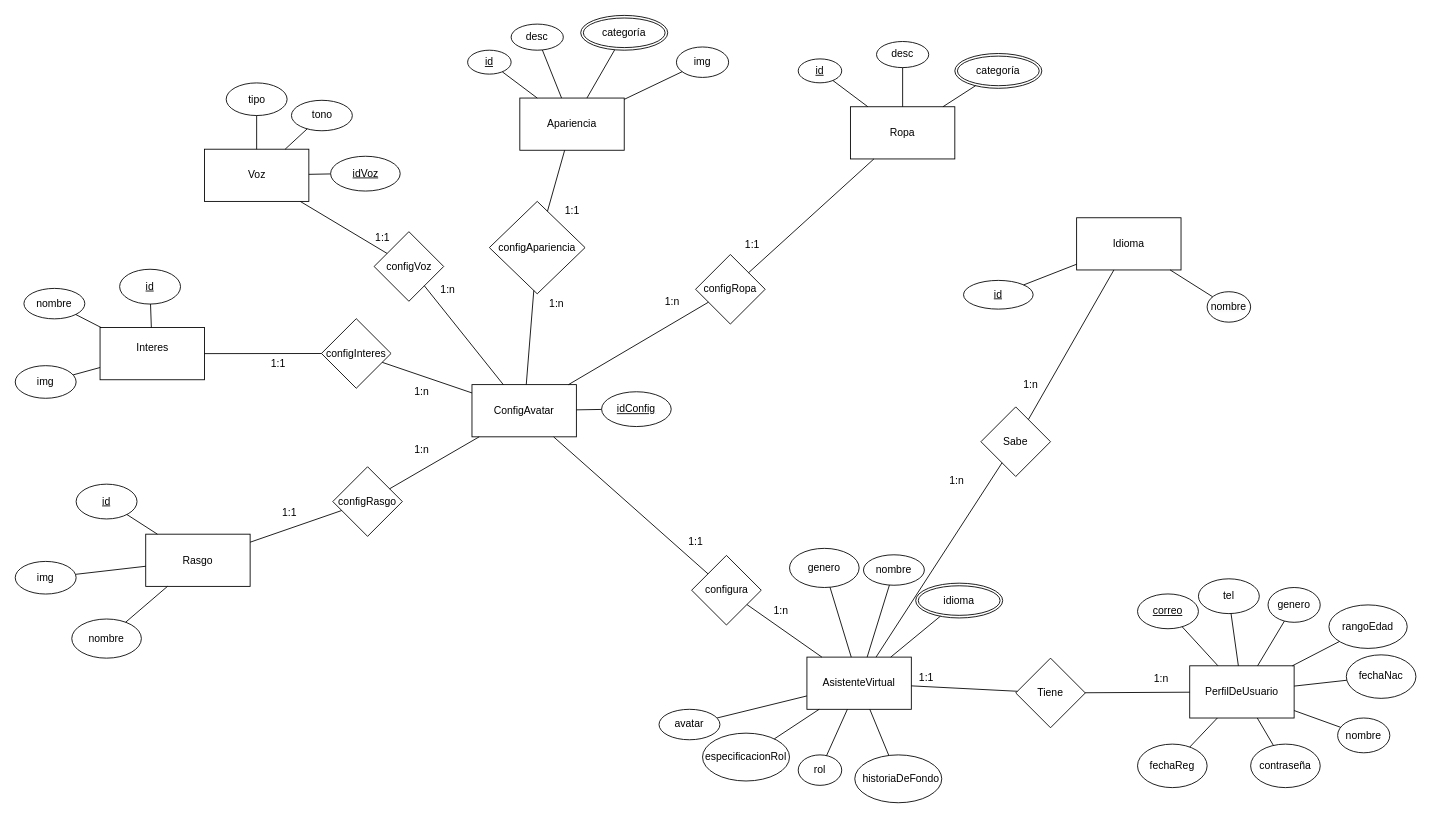
Before: Untitled Diagram.drawio in guicod3r/codeFacultad, a draw.io diagram. Source tidied: cells renumbered, new cells numbered last; positions are measured from the earlier drawing's top-left corner, leaving out a move shared by most shapes. Both pictures are drawn from the tidied source at 87%, with x=0, y=0 at pixel (15, 15).
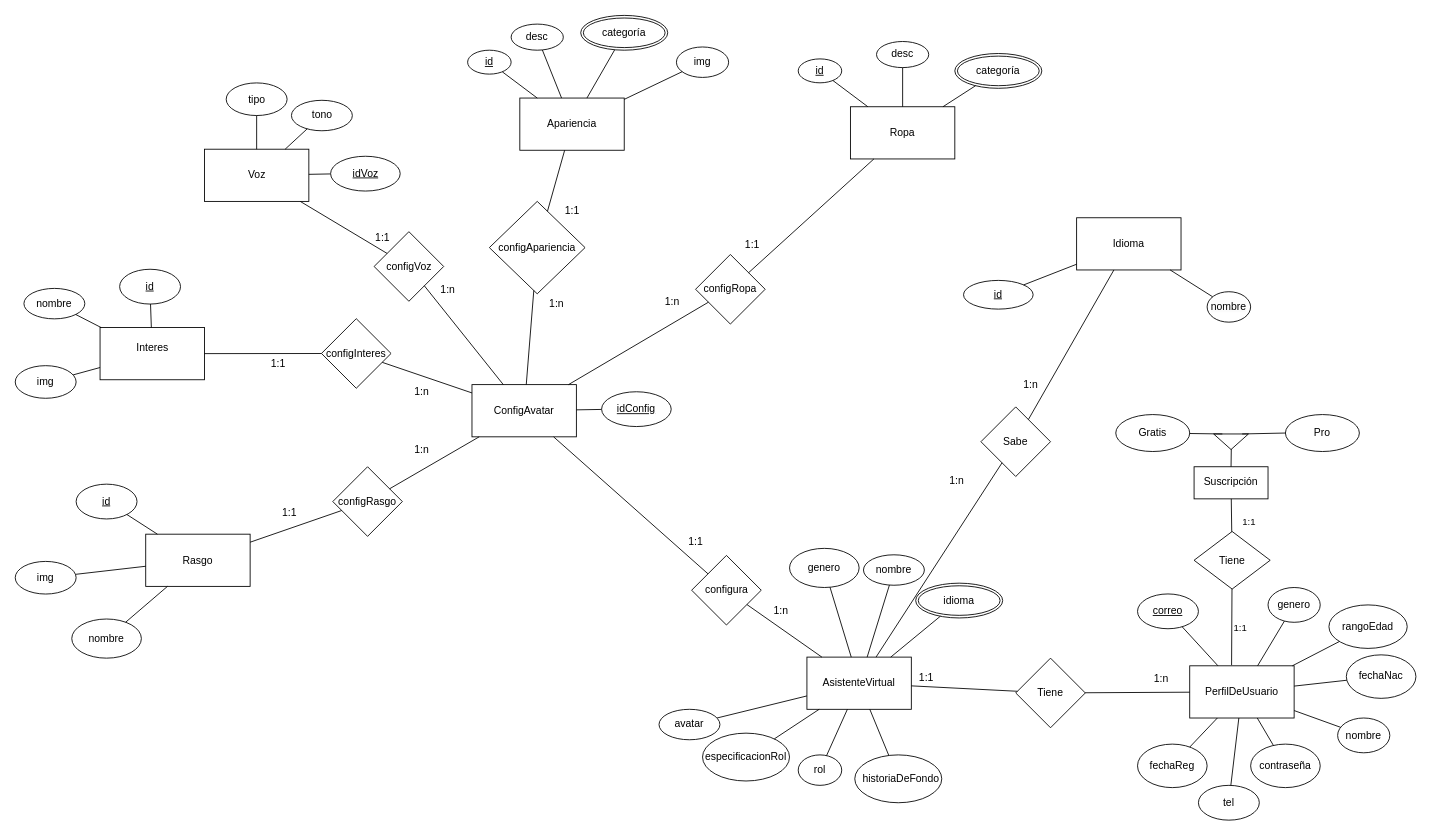
The same page after the edit.

The change refers to these unchanged cells:
```xml
<mxCell id="2" value="PerfilDeUsuario" style="rounded=0;whiteSpace=wrap;html=1;" parent="1" vertex="1">
  <mxGeometry x="1350" y="747.8" width="120" height="60" as="geometry" />
</mxCell>
```

Change to the diagram source:
```diff
@@
     <mxCell id="10" value="tel" style="ellipse;whiteSpace=wrap;html=1;" parent="1" vertex="1">
-      <mxGeometry x="1360" y="647.8" width="70" height="40" as="geometry" />
+      <mxGeometry x="1360" y="885.2" width="70" height="40" as="geometry" />
     </mxCell>
@@
+    <mxCell id="119" value="Suscripción" style="rounded=0;whiteSpace=wrap;html=1;" parent="1" vertex="1">
+      <mxGeometry x="1355" y="519" width="85" height="36.9" as="geometry" />
+    </mxCell>
+    <mxCell id="120" value="Gratis" style="ellipse;whiteSpace=wrap;html=1;" parent="1" vertex="1">
+      <mxGeometry x="1265" y="459" width="85" height="42.5" as="geometry" />
+    </mxCell>
+    <mxCell id="121" value="Pro" style="ellipse;whiteSpace=wrap;html=1;" parent="1" vertex="1">
+      <mxGeometry x="1460" y="459" width="85" height="42.5" as="geometry" />
+    </mxCell>
+    <mxCell id="122" value="Tiene" style="rhombus;whiteSpace=wrap;html=1;" parent="1" vertex="1">
+      <mxGeometry x="1355" y="593.4" width="87.5" height="66.2" as="geometry" />
+    </mxCell>
+    <mxCell id="123" value="1:1" style="endArrow=none;html=1;rounded=0;" parent="1" edge="1" source="122" target="119">
+      <mxGeometry x="-0.4" y="-20" relative="1" as="geometry" />
+    </mxCell>
+    <mxCell id="124" value="1:1" style="endArrow=none;html=1;rounded=0;exitX=0.401;exitY=-0.013;exitDx=0;exitDy=0;exitPerimeter=0;" parent="1" edge="1" source="2" target="122">
+      <mxGeometry x="-0.01" y="-10" relative="1" as="geometry" />
+    </mxCell>
+    <mxCell id="125" style="triangle;whiteSpace=wrap;html=1;direction=south;" parent="1" vertex="1">
+      <mxGeometry x="1377.5" y="481.3" width="40" height="17.9" as="geometry" />
+    </mxCell>
+    <mxCell id="126" style="endArrow=none;html=1;rounded=0;exitX=0.5;exitY=0;exitDx=0;exitDy=0;entryX=0.974;entryY=0.493;entryDx=0;entryDy=0;entryPerimeter=0;" parent="1" edge="1" source="119" target="125">
+      <mxGeometry relative="1" as="geometry" />
+    </mxCell>
+    <mxCell id="127" style="endArrow=none;html=1;rounded=0;exitX=0;exitY=0.75;exitDx=0;exitDy=0;" parent="1" edge="1" source="125" target="120">
+      <mxGeometry relative="1" as="geometry" />
+    </mxCell>
+    <mxCell id="128" style="endArrow=none;html=1;rounded=0;entryX=0;entryY=0.5;entryDx=0;entryDy=0;exitX=0;exitY=0.18;exitDx=0;exitDy=0;exitPerimeter=0;" parent="1" edge="1" source="125" target="121">
+      <mxGeometry relative="1" as="geometry" />
+    </mxCell>
```
